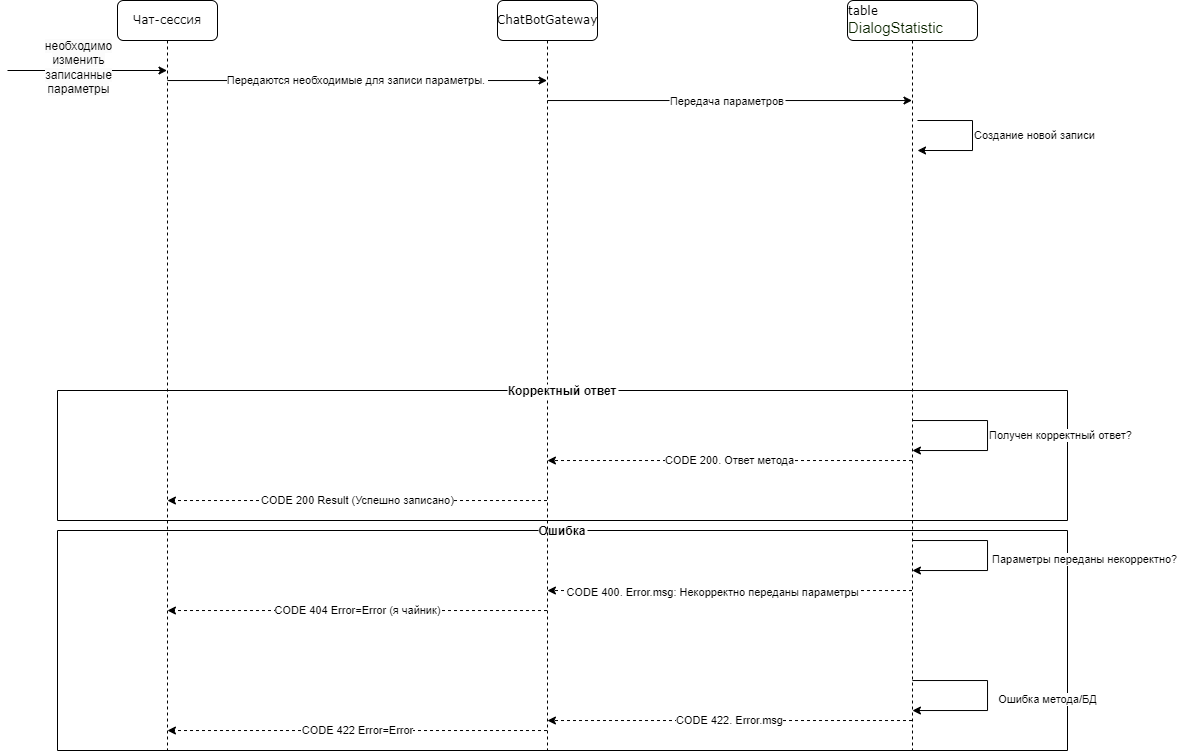
This is Сервис.drawio.png from Owl-Grey/medsi_digital, a draw.io export, as it was before one commit. Source tidied: cells renumbered, new cells last; positions are measured from the earlier drawing's top-left corner, leaving out a move shared by most shapes.
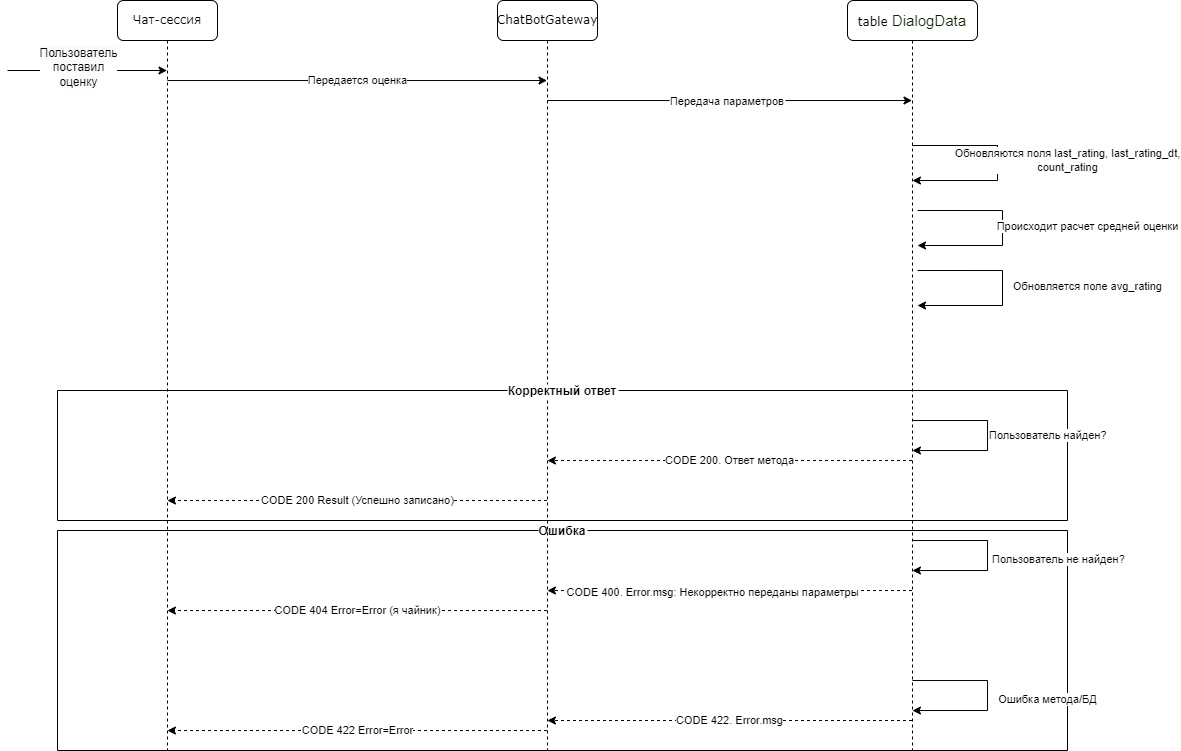
The same file after the commit.

The edit, as a diff of the source:
```diff
@@ -18,7 +18,7 @@
         </Array>
       </mxGeometry>
     </mxCell>
-    <mxCell id="4" value="Передаются необходимые для записи параметры.&amp;nbsp;" style="edgeStyle=orthogonalEdgeStyle;rounded=0;jettySize=auto;html=1;" parent="1" edge="1" source="5" target="14">
+    <mxCell id="4" value="Передается оценка" style="edgeStyle=orthogonalEdgeStyle;rounded=0;jettySize=auto;html=1;" parent="1" edge="1" source="5" target="14">
       <mxGeometry relative="1" as="geometry">
         <Array as="points">
           <mxPoint x="360" y="80" />
@@ -34,7 +34,7 @@
         <mxPoint x="-110" y="70" as="sourcePoint" />
       </mxGeometry>
     </mxCell>
-    <mxCell id="7" value="&lt;span style=&quot;font-size: 12px; text-wrap: wrap; background-color: rgb(251, 251, 251);&quot;&gt;необходимо изменить записанные параметры&lt;/span&gt;" style="edgeLabel;html=1;align=center;verticalAlign=middle;" parent="6" vertex="1">
+    <mxCell id="7" value="&lt;span style=&quot;font-size: 12px; text-wrap: wrap; background-color: rgb(251, 251, 251);&quot;&gt;Пользователь поставил оценку&lt;/span&gt;" style="edgeLabel;html=1;align=center;verticalAlign=middle;" parent="6" vertex="1">
       <mxGeometry x="-0.11" y="3" relative="1" as="geometry" />
     </mxCell>
     <mxCell id="8" value="Ошибка" style="swimlane;startSize=0;labelBackgroundColor=default;" parent="1" vertex="1">
@@ -89,19 +89,39 @@
         </Array>
       </mxGeometry>
     </mxCell>
-    <mxCell id="17" value="&lt;div style=&quot;text-align: start;&quot;&gt;&lt;span style=&quot;background-color: initial;&quot;&gt;table &lt;/span&gt;&lt;span style=&quot;background-color: initial; font-size: 15px;&quot;&gt;&lt;font face=&quot;YS Text, Helvetica Neue, Arial, Helvetica, sans-serif&quot; color=&quot;rgba(255, 255, 255, 0.85)&quot;&gt;DialogStatistic&lt;/font&gt;&lt;/span&gt;&lt;/div&gt;" style="shape=umlLifeline;perimeter=lifelinePerimeter;whiteSpace=wrap;html=1;outlineConnect=0;rounded=1;shadow=0;comic=0;labelBackgroundColor=none;strokeWidth=1;fontFamily=Verdana;fontSize=12;align=center;" parent="1" vertex="1">
+    <mxCell id="17" value="&lt;div style=&quot;text-align: start;&quot;&gt;&lt;span style=&quot;background-color: initial;&quot;&gt;table &lt;/span&gt;&lt;span style=&quot;background-color: initial; font-size: 15px;&quot;&gt;&lt;font face=&quot;YS Text, Helvetica Neue, Arial, Helvetica, sans-serif&quot; color=&quot;rgba(255, 255, 255, 0.85)&quot;&gt;DialogData&lt;/font&gt;&lt;/span&gt;&lt;/div&gt;" style="shape=umlLifeline;perimeter=lifelinePerimeter;whiteSpace=wrap;html=1;outlineConnect=0;rounded=1;shadow=0;comic=0;labelBackgroundColor=none;strokeWidth=1;fontFamily=Verdana;fontSize=12;align=center;" parent="1" vertex="1">
       <mxGeometry x="840" width="130" height="750" as="geometry" />
     </mxCell>
-    <mxCell id="18" value="Создание новой записи&amp;nbsp;" style="edgeStyle=orthogonalEdgeStyle;rounded=0;orthogonalLoop=1;jettySize=auto;html=1;align=left;" parent="17" edge="1">
-      <mxGeometry relative="1" as="geometry">
-        <mxPoint x="70" y="120" as="sourcePoint" />
-        <mxPoint x="70" y="150" as="targetPoint" />
-        <Array as="points">
-          <mxPoint x="125" y="120" />
-          <mxPoint x="125" y="150" />
-        </Array>
-      </mxGeometry>
-    </mxCell>
+    <mxCell id="24" style="edgeStyle=orthogonalEdgeStyle;rounded=0;orthogonalLoop=1;jettySize=auto;html=1;" parent="17" edge="1">
+      <mxGeometry relative="1" as="geometry">
+        <mxPoint x="70" y="210" as="sourcePoint" />
+        <mxPoint x="70" y="245" as="targetPoint" />
+        <Array as="points">
+          <mxPoint x="155" y="210" />
+          <mxPoint x="155" y="245" />
+        </Array>
+      </mxGeometry>
+    </mxCell>
+    <mxCell id="25" value="Происходит расчет средней оценки" style="edgeLabel;html=1;align=center;verticalAlign=middle;" parent="24" vertex="1">
+      <mxGeometry y="1" relative="1" as="geometry">
+        <mxPoint x="84" y="-2" as="offset" />
+      </mxGeometry>
+    </mxCell>
+    <mxCell id="26" style="edgeStyle=orthogonalEdgeStyle;rounded=0;orthogonalLoop=1;jettySize=auto;html=1;" parent="17" edge="1">
+      <mxGeometry relative="1" as="geometry">
+        <mxPoint x="70" y="270" as="sourcePoint" />
+        <mxPoint x="70" y="305" as="targetPoint" />
+        <Array as="points">
+          <mxPoint x="155" y="270" />
+          <mxPoint x="155" y="305" />
+        </Array>
+      </mxGeometry>
+    </mxCell>
+    <mxCell id="27" value="Обновляется поле avg_rating" style="edgeLabel;html=1;align=center;verticalAlign=middle;" parent="26" vertex="1">
+      <mxGeometry y="1" relative="1" as="geometry">
+        <mxPoint x="84" y="-2" as="offset" />
+      </mxGeometry>
+    </mxCell>
     <mxCell id="19" style="edgeStyle=orthogonalEdgeStyle;rounded=0;orthogonalLoop=1;jettySize=auto;html=1;" parent="1" edge="1" source="17" target="17">
       <mxGeometry relative="1" as="geometry">
         <Array as="points">
@@ -110,7 +130,7 @@
         </Array>
       </mxGeometry>
     </mxCell>
-    <mxCell id="20" value="Параметры переданы некорректно?" style="edgeLabel;html=1;align=left;verticalAlign=middle;" parent="19" vertex="1">
+    <mxCell id="20" value="Пользователь не найден?" style="edgeLabel;html=1;align=left;verticalAlign=middle;" parent="19" vertex="1">
       <mxGeometry x="0.04" y="3" relative="1" as="geometry" />
     </mxCell>
     <mxCell id="21" style="edgeStyle=orthogonalEdgeStyle;rounded=0;orthogonalLoop=1;jettySize=auto;html=1;align=center;verticalAlign=top;" parent="1" edge="1" source="17" target="17">
@@ -126,7 +146,7 @@
         <mxPoint x="57" as="offset" />
       </mxGeometry>
     </mxCell>
-    <mxCell id="23" value="Получен корректный ответ?" style="edgeStyle=orthogonalEdgeStyle;rounded=0;orthogonalLoop=1;jettySize=auto;html=1;align=left;" parent="1" edge="1" source="17" target="17">
+    <mxCell id="23" value="Пользователь найден?" style="edgeStyle=orthogonalEdgeStyle;rounded=0;orthogonalLoop=1;jettySize=auto;html=1;align=left;" parent="1" edge="1" source="17" target="17">
       <mxGeometry relative="1" as="geometry">
         <Array as="points">
           <mxPoint x="980" y="420" />
@@ -134,5 +154,18 @@
         </Array>
       </mxGeometry>
     </mxCell>
+    <mxCell id="28" style="edgeStyle=orthogonalEdgeStyle;rounded=0;orthogonalLoop=1;jettySize=auto;html=1;" parent="1" edge="1" source="17" target="17">
+      <mxGeometry relative="1" as="geometry">
+        <Array as="points">
+          <mxPoint x="990" y="145" />
+          <mxPoint x="990" y="180" />
+        </Array>
+      </mxGeometry>
+    </mxCell>
+    <mxCell id="29" value="Обновляются поля last_rating,&amp;nbsp;&lt;span style=&quot;font-family: &amp;quot;YS Text&amp;quot;, &amp;quot;Helvetica Neue&amp;quot;, Arial, Helvetica, sans-serif; text-align: start; text-wrap: wrap; background-color: rgba(255, 255, 255, 0.1);&quot;&gt;&lt;font style=&quot;font-size: 11px;&quot;&gt;last_rating_dt, count_rating&lt;/font&gt;&lt;/span&gt;" style="edgeLabel;html=1;align=center;verticalAlign=middle;" parent="28" vertex="1">
+      <mxGeometry y="1" relative="1" as="geometry">
+        <mxPoint x="69" y="-2" as="offset" />
+      </mxGeometry>
+    </mxCell>
   </root>
 </mxGraphModel>
```
